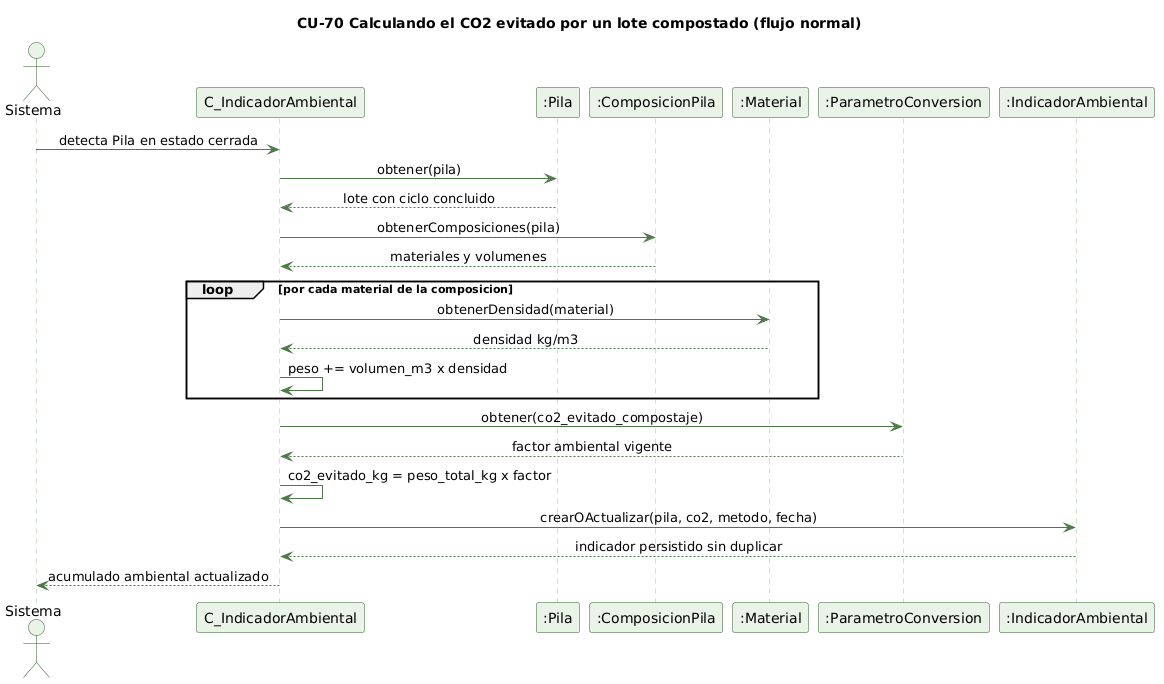
This is docs/trabajo-grupal/diagramas/secuencias/cu70-co2-pila-normal.png from kenjikaese/Triverde, a PlantUML export, as it was before one commit.
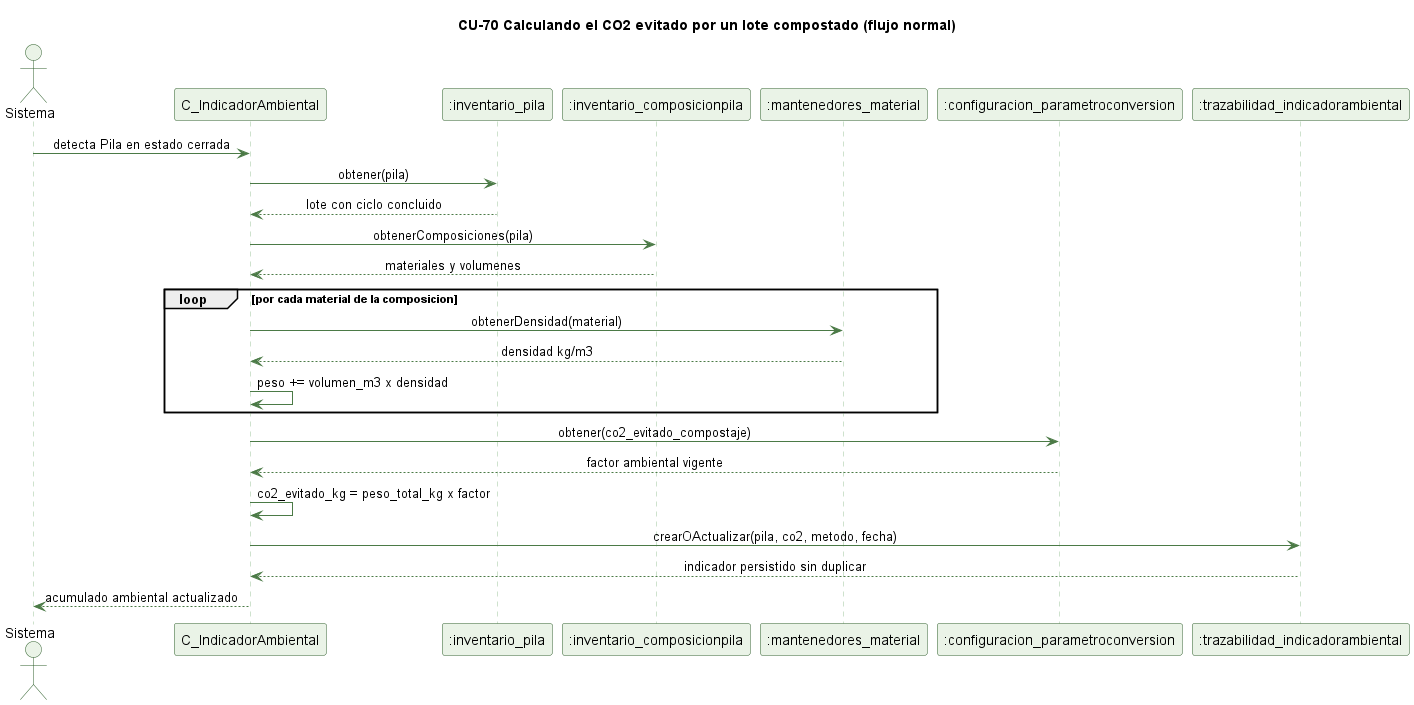
The same diagram one commit later.

The edit, as a diff of the source:
```diff
@@ -14,11 +14,11 @@
 
 actor Sistema
 participant "C_IndicadorAmbiental" as C
-participant ":Pila" as P
-participant ":ComposicionPila" as CP
-participant ":Material" as M
-participant ":ParametroConversion" as PC
-participant ":IndicadorAmbiental" as IA
+participant ":inventario_pila" as P
+participant ":inventario_composicionpila" as CP
+participant ":mantenedores_material" as M
+participant ":configuracion_parametroconversion" as PC
+participant ":trazabilidad_indicadorambiental" as IA
 
 Sistema -> C : detecta Pila en estado cerrada
 C -> P : obtener(pila)
```
